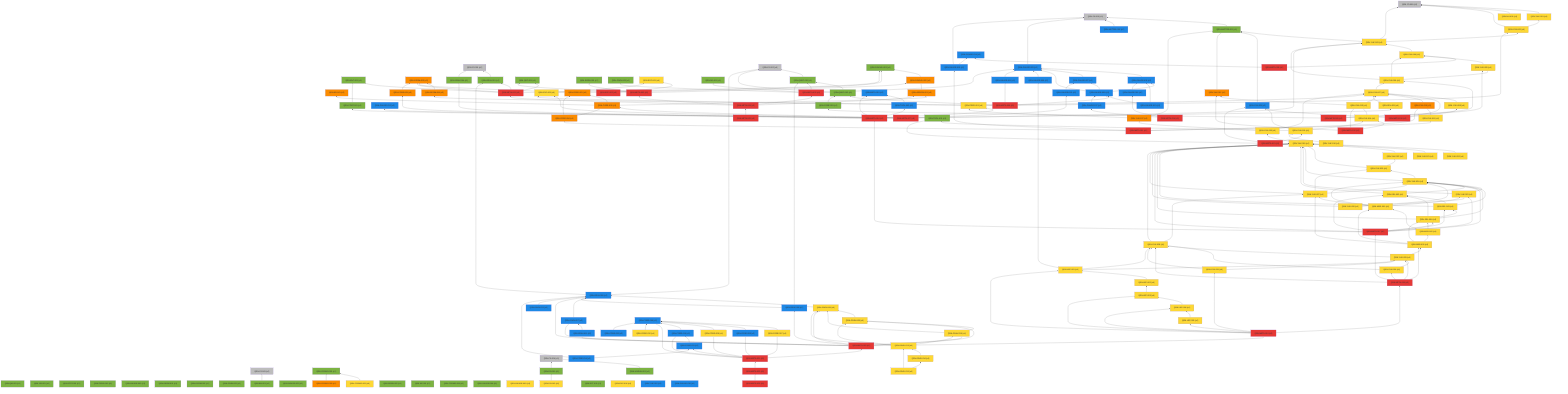
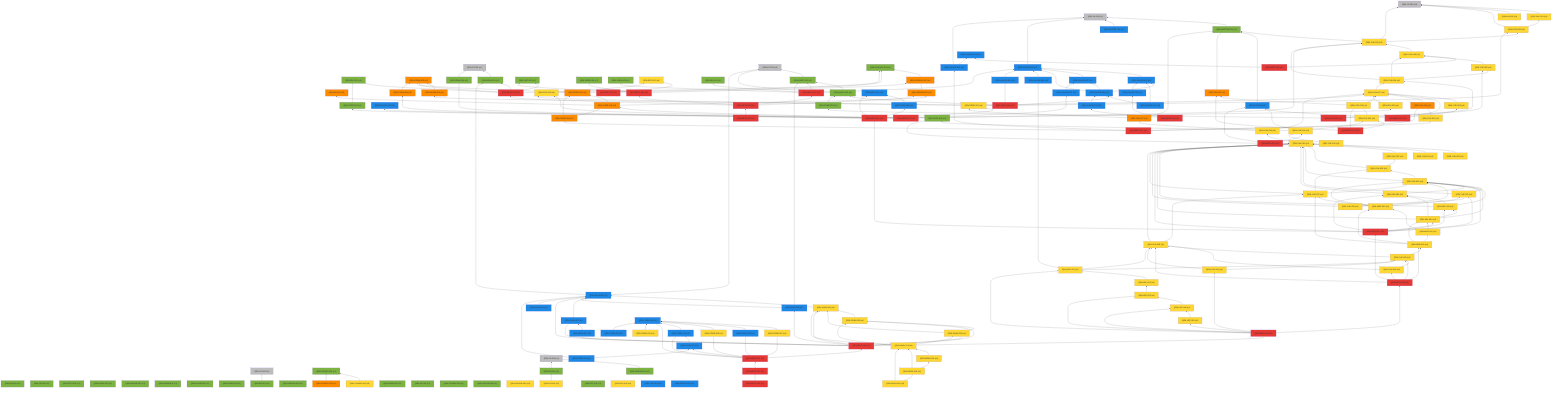
%% 自動生成 (dag/report.pl) — QRN 主張依存グラフ
graph BT
  QRN_C0_001["QRN-C0-001 (c0)"]:::c0
  QRN_C0_002["QRN-C0-002 (c0)"]:::c0
  QRN_C0_003["QRN-C0-003 (c0)"]:::c0
  QRN_C0_004["QRN-C0-004 (c0)"]:::c0
  QRN_C0_005["QRN-C0-005 (c0)"]:::c0
  QRN_C0_006["QRN-C0-006 (c0)"]:::c0
  QRN_QM_001["QRN-QM-001 (c1)"]:::c1
  QRN_GR_001["QRN-GR-001 (c1)"]:::c1
  QRN_STAT_001["QRN-STAT-001 (c1)"]:::c1
  QRN_FIELD_001["QRN-FIELD-001 (c1)"]:::c1
  QRN_GAUGE_001["QRN-GAUGE-001 (c1)"]:::c1
  QRN_ENT_001["QRN-ENT-001 (c1)"]:::c1
  QRN_GEOM_001["QRN-GEOM-001 (c1)"]:::c1
  QRN_GEOM_002["QRN-GEOM-002 (c1)"]:::c1
  QRN_GEOM_003["QRN-GEOM-003 (c3)"]:::c3
  QRN_GRAV_001["QRN-GRAV-001 (c1)"]:::c1
  QRN_GRAV_002["QRN-GRAV-002 (c1)"]:::c1
  QRN_BH_001["QRN-BH-001 (c1)"]:::c1
  QRN_CAUSAL_001["QRN-CAUSAL-001 (c1)"]:::c1
  QRN_CAUSAL_002["QRN-CAUSAL-002 (c3)"]:::c3
  QRN_ER_001["QRN-ER-001 (c3)"]:::c3
  QRN_QEC_001["QRN-QEC-001 (c1)"]:::c1
  QRN_GAUGE_002["QRN-GAUGE-002 (c1)"]:::c1
  QRN_COSMO_001["QRN-COSMO-001 (c1)"]:::c1
  QRN_COSMO_002["QRN-COSMO-002 (c4)"]:::c4
  QRN_COSMO_003["QRN-COSMO-003 (c3)"]:::c3
  QRN_BORN_001["QRN-BORN-001 (c1)"]:::c1
  QRN_BORN_002["QRN-BORN-002 (c1)"]:::c1
  QRN_GRAV_003["QRN-GRAV-003 (c1)"]:::c1
  QRN_KK_001["QRN-KK-001 (c1)"]:::c1
  QRN_MATTER_001["QRN-MATTER-001 (c1)"]:::c1
  QRN_MATTER_002["QRN-MATTER-002 (c2)"]:::c2
  QRN_COSMO_004["QRN-COSMO-004 (c1)"]:::c1
  QRN_EXP_001["QRN-EXP-001 (c4)"]:::c4
  QRN_GAUGE_003["QRN-GAUGE-003 (c2)"]:::c2
  QRN_GAUGE_004["QRN-GAUGE-004 (c1)"]:::c1
  QRN_GAUGE_005["QRN-GAUGE-005 (c4)"]:::c4
  QRN_YUK_001["QRN-YUK-001 (c4)"]:::c4
  QRN_RG_001["QRN-RG-001 (c1)"]:::c1
  QRN_UNRUH_001["QRN-UNRUH-001 (c1)"]:::c1
  QRN_QNEC_001["QRN-QNEC-001 (c1)"]:::c1
  QRN_NU_001["QRN-NU-001 (c4)"]:::c4
  QRN_GAUGE_006["QRN-GAUGE-006 (c2)"]:::c2
  QRN_DS_001["QRN-DS-001 (c1)"]:::c1
  QRN_DS_002["QRN-DS-002 (c4)"]:::c4
  QRN_ARROW_001["QRN-ARROW-001 (c3)"]:::c3
  QRN_GAUGE_007["QRN-GAUGE-007 (c2)"]:::c2
  QRN_EFT_001["QRN-EFT-001 (c1)"]:::c1
  QRN_GAUGE_008["QRN-GAUGE-008 (c2)"]:::c2
  QRN_GAUGE_009["QRN-GAUGE-009 (c2)"]:::c2
  QRN_GAUGE_010["QRN-GAUGE-010 (c2)"]:::c2
  QRN_QNEC_002["QRN-QNEC-002 (c1)"]:::c1
  QRN_GEOM_004["QRN-GEOM-004 (c3)"]:::c3
  QRN_YUK_002["QRN-YUK-002 (c4)"]:::c4
  QRN_EXP_002["QRN-EXP-002 (c5)"]:::c5
  QRN_CORE_001["QRN-CORE-001 (c3)"]:::c3
  QRN_GAUGE_011["QRN-GAUGE-011 (c2)"]:::c2
  QRN_GAUGE_012["QRN-GAUGE-012 (c2)"]:::c2
  QRN_YUK_003["QRN-YUK-003 (c4)"]:::c4
  QRN_EXP_003["QRN-EXP-003 (c4)"]:::c4
  QRN_CORE_002["QRN-CORE-002 (c3)"]:::c3
  QRN_GAUGE_013["QRN-GAUGE-013 (c2)"]:::c2
  QRN_YUK_004["QRN-YUK-004 (c4)"]:::c4
  QRN_GAUGE_014["QRN-GAUGE-014 (c2)"]:::c2
  QRN_META_001["QRN-META-001 (c5)"]:::c5
  QRN_META_002["QRN-META-002 (c5)"]:::c5
  QRN_META_003["QRN-META-003 (c5)"]:::c5
  QRN_META_004["QRN-META-004 (c5)"]:::c5
  QRN_META_005["QRN-META-005 (c5)"]:::c5
  QRN_META_006["QRN-META-006 (c5)"]:::c5
  QRN_META_007["QRN-META-007 (c5)"]:::c5
  QRN_META_008["QRN-META-008 (c5)"]:::c5
  QRN_YUK_005["QRN-YUK-005 (c4)"]:::c4
  QRN_YUK_006["QRN-YUK-006 (c4)"]:::c4
  QRN_CORE_003["QRN-CORE-003 (c1)"]:::c1
  QRN_META_009["QRN-META-009 (c5)"]:::c5
  QRN_YUK_007["QRN-YUK-007 (c4)"]:::c4
  QRN_YUK_008["QRN-YUK-008 (c4)"]:::c4
  QRN_YUK_009["QRN-YUK-009 (c2)"]:::c2
  QRN_META_010["QRN-META-010 (c5)"]:::c5
  QRN_GAUGE_015["QRN-GAUGE-015 (c2)"]:::c2
  QRN_YUK_010["QRN-YUK-010 (c3)"]:::c3
  QRN_YUK_011["QRN-YUK-011 (c4)"]:::c4
  QRN_CORE_004["QRN-CORE-004 (c3)"]:::c3
  QRN_META_011["QRN-META-011 (c5)"]:::c5
  QRN_YUK_012["QRN-YUK-012 (c3)"]:::c3
  QRN_YUK_013["QRN-YUK-013 (c4)"]:::c4
  QRN_YUK_014["QRN-YUK-014 (c4)"]:::c4
  QRN_META_012["QRN-META-012 (c5)"]:::c5
  QRN_TOOL_001["QRN-TOOL-001 (c1)"]:::c1
  QRN_YUK_015["QRN-YUK-015 (c4)"]:::c4
  QRN_META_013["QRN-META-013 (c5)"]:::c5
  QRN_GAUGE_016["QRN-GAUGE-016 (c2)"]:::c2
  QRN_GAUGE_017["QRN-GAUGE-017 (c2)"]:::c2
  QRN_META_014["QRN-META-014 (c5)"]:::c5
  QRN_META_015["QRN-META-015 (c2)"]:::c2
  QRN_TOOL_002["QRN-TOOL-002 (c2)"]:::c2
  QRN_CORE_005["QRN-CORE-005 (c3)"]:::c3
  QRN_CONT_001["QRN-CONT-001 (c1)"]:::c1
  QRN_SEL_001["QRN-SEL-001 (c4)"]:::c4
  QRN_GRAV_004["QRN-GRAV-004 (c1)"]:::c1
  QRN_PRED_001["QRN-PRED-001 (c4)"]:::c4
  QRN_META_016["QRN-META-016 (c5)"]:::c5
  QRN_YUK_016["QRN-YUK-016 (c4)"]:::c4
  QRN_YUK_017["QRN-YUK-017 (c3)"]:::c3
  QRN_YUK_018["QRN-YUK-018 (c4)"]:::c4
  QRN_YUK_019["QRN-YUK-019 (c4)"]:::c4
  QRN_YUK_020["QRN-YUK-020 (c4)"]:::c4
  QRN_YUK_021["QRN-YUK-021 (c4)"]:::c4
  QRN_YUK_022["QRN-YUK-022 (c4)"]:::c4
  QRN_YUK_023["QRN-YUK-023 (c4)"]:::c4
  QRN_YUK_024["QRN-YUK-024 (c4)"]:::c4
  QRN_YUK_025["QRN-YUK-025 (c4)"]:::c4
  QRN_SEL_002["QRN-SEL-002 (c4)"]:::c4
  QRN_SEL_003["QRN-SEL-003 (c4)"]:::c4
  QRN_SEL_004["QRN-SEL-004 (c4)"]:::c4
  QRN_META_017["QRN-META-017 (c5)"]:::c5
  QRN_YUK_026["QRN-YUK-026 (c4)"]:::c4
  QRN_YUK_027["QRN-YUK-027 (c4)"]:::c4
  QRN_MSR_001["QRN-MSR-001 (c4)"]:::c4
  QRN_MSR_002["QRN-MSR-002 (c4)"]:::c4
  QRN_MSR_003["QRN-MSR-003 (c4)"]:::c4
  QRN_YUK_028["QRN-YUK-028 (c4)"]:::c4
  QRN_YUK_029["QRN-YUK-029 (c4)"]:::c4
  QRN_YUK_030["QRN-YUK-030 (c4)"]:::c4
  QRN_META_018["QRN-META-018 (c5)"]:::c5
  QRN_YUK_031["QRN-YUK-031 (c4)"]:::c4
  QRN_LEP_001["QRN-LEP-001 (c4)"]:::c4
  QRN_LEP_002["QRN-LEP-002 (c4)"]:::c4
  QRN_LEP_003["QRN-LEP-003 (c4)"]:::c4
  QRN_LEP_004["QRN-LEP-004 (c4)"]:::c4
  QRN_LEP_005["QRN-LEP-005 (c4)"]:::c4
  QRN_META_019["QRN-META-019 (c5)"]:::c5
  QRN_GRAV_005["QRN-GRAV-005 (c2)"]:::c2
  QRN_GRAV_006["QRN-GRAV-006 (c4)"]:::c4
  QRN_GRAV_007["QRN-GRAV-007 (c2)"]:::c2
  QRN_GRAV_008["QRN-GRAV-008 (c4)"]:::c4
  QRN_GRAV_009["QRN-GRAV-009 (c2)"]:::c2
  QRN_GRAV_010["QRN-GRAV-010 (c4)"]:::c4
  QRN_GRAV_011["QRN-GRAV-011 (c2)"]:::c2
  QRN_META_020["QRN-META-020 (c5)"]:::c5
  QRN_CORE_006["QRN-CORE-006 (c2)"]:::c2
  QRN_CORE_007["QRN-CORE-007 (c4)"]:::c4
  QRN_CORE_008["QRN-CORE-008 (c2)"]:::c2
  QRN_CORE_009["QRN-CORE-009 (c4)"]:::c4
  QRN_CORE_010["QRN-CORE-010 (c2)"]:::c2
  QRN_CORE_011["QRN-CORE-011 (c2)"]:::c2
  QRN_META_021["QRN-META-021 (c5)"]:::c5
  QRN_CORE_012["QRN-CORE-012 (c4)"]:::c4
  QRN_EXP_004["QRN-EXP-004 (c4)"]:::c4
  QRN_CORE_013["QRN-CORE-013 (c2)"]:::c2
  QRN_GRAV_012["QRN-GRAV-012 (c2)"]:::c2
  QRN_YUK_032["QRN-YUK-032 (c2)"]:::c2
  QRN_GAUGE_018["QRN-GAUGE-018 (c2)"]:::c2
  QRN_META_022["QRN-META-022 (c5)"]:::c5
  QRN_META_023["QRN-META-023 (c5)"]:::c5
  QRN_CORE_014["QRN-CORE-014 (c2)"]:::c2
  QRN_GRAV_013["QRN-GRAV-013 (c4)"]:::c4
  QRN_GRAV_014["QRN-GRAV-014 (c4)"]:::c4
  QRN_GRAV_015["QRN-GRAV-015 (c4)"]:::c4
+   QRN_GRAV_016["QRN-GRAV-016 (c4)"]:::c4
  QRN_GRAV_001 --> QRN_C0_001
  QRN_BH_001 --> QRN_C0_003
  QRN_CAUSAL_002 --> QRN_CAUSAL_001
  QRN_COSMO_002 --> QRN_COSMO_001
  QRN_COSMO_003 --> QRN_COSMO_001
  QRN_MATTER_001 --> QRN_C0_005
  QRN_MATTER_002 --> QRN_C0_005
  QRN_GAUGE_003 --> QRN_C0_005
  QRN_YUK_001 --> QRN_C0_006
  QRN_UNRUH_001 --> QRN_C0_004
  QRN_QNEC_001 --> QRN_C0_002
  QRN_NU_001 --> QRN_C0_006
  QRN_GAUGE_006 --> QRN_GAUGE_003
  QRN_DS_001 --> QRN_C0_004
  QRN_DS_002 --> QRN_DS_001
  QRN_ARROW_001 --> QRN_CAUSAL_002
  QRN_GAUGE_007 --> QRN_GAUGE_003
  QRN_GAUGE_008 --> QRN_GAUGE_003
  QRN_GAUGE_008 --> QRN_GAUGE_006
  QRN_GAUGE_008 --> QRN_GAUGE_007
  QRN_GAUGE_009 --> QRN_GAUGE_003
  QRN_GAUGE_010 --> QRN_GAUGE_006
  QRN_GAUGE_010 --> QRN_GAUGE_008
  QRN_QNEC_002 --> QRN_C0_002
  QRN_QNEC_002 --> QRN_QNEC_001
  QRN_GEOM_004 --> QRN_GEOM_003
  QRN_YUK_002 --> QRN_C0_006
  QRN_YUK_002 --> QRN_YUK_001
  QRN_EXP_002 --> QRN_EXP_001
  QRN_CORE_001 --> QRN_GEOM_003
  QRN_CORE_001 --> QRN_CAUSAL_001
  QRN_GAUGE_011 --> QRN_GAUGE_003
  QRN_YUK_003 --> QRN_C0_006
  QRN_YUK_003 --> QRN_MATTER_001
  QRN_YUK_003 --> QRN_YUK_002
  QRN_EXP_003 --> QRN_EXP_001
  QRN_CORE_002 --> QRN_CORE_001
  QRN_CORE_002 --> QRN_ER_001
  QRN_CORE_002 --> QRN_ARROW_001
  QRN_GAUGE_013 --> QRN_GAUGE_007
  QRN_YUK_004 --> QRN_YUK_003
  QRN_META_001 --> QRN_GEOM_003
  QRN_META_001 --> QRN_GRAV_001
  QRN_META_001 --> QRN_CAUSAL_001
  QRN_META_001 --> QRN_QEC_001
  QRN_META_001 --> QRN_ENT_001
  QRN_META_002 --> QRN_QEC_001
  QRN_META_002 --> QRN_BORN_001
  QRN_META_002 --> QRN_CAUSAL_002
  QRN_META_003 --> QRN_GAUGE_003
  QRN_META_003 --> QRN_RG_001
  QRN_META_003 --> QRN_QNEC_001
  QRN_META_003 --> QRN_GRAV_003
  QRN_META_004 --> QRN_META_001
  QRN_META_004 --> QRN_META_002
  QRN_META_004 --> QRN_META_003
  QRN_META_004 --> QRN_ARROW_001
  QRN_META_005 --> QRN_META_004
  QRN_META_006 --> QRN_GAUGE_008
  QRN_META_006 --> QRN_QNEC_002
  QRN_META_006 --> QRN_GEOM_004
  QRN_META_006 --> QRN_YUK_002
  QRN_META_006 --> QRN_GAUGE_011
  QRN_META_007 --> QRN_GAUGE_012
  QRN_META_007 --> QRN_YUK_003
  QRN_META_007 --> QRN_EXP_003
  QRN_META_007 --> QRN_CORE_002
  QRN_META_007 --> QRN_GAUGE_013
  QRN_META_008 --> QRN_YUK_004
  QRN_META_008 --> QRN_GAUGE_014
  QRN_YUK_005 --> QRN_YUK_004
  QRN_YUK_006 --> QRN_YUK_003
  QRN_YUK_006 --> QRN_YUK_004
  QRN_YUK_006 --> QRN_YUK_005
  QRN_CORE_003 --> QRN_QNEC_002
  QRN_META_009 --> QRN_YUK_005
  QRN_META_009 --> QRN_YUK_006
  QRN_META_009 --> QRN_CORE_003
  QRN_YUK_007 --> QRN_YUK_006
  QRN_YUK_008 --> QRN_YUK_007
  QRN_YUK_009 --> QRN_MATTER_001
  QRN_META_010 --> QRN_YUK_007
  QRN_META_010 --> QRN_YUK_008
  QRN_META_010 --> QRN_YUK_009
  QRN_GAUGE_015 --> QRN_C0_005
  QRN_GAUGE_015 --> QRN_GAUGE_014
  QRN_YUK_010 --> QRN_YUK_007
  QRN_YUK_011 --> QRN_YUK_010
  QRN_CORE_004 --> QRN_CORE_001
  QRN_CORE_004 --> QRN_CORE_002
  QRN_META_011 --> QRN_GAUGE_015
  QRN_META_011 --> QRN_YUK_010
  QRN_META_011 --> QRN_YUK_011
  QRN_META_011 --> QRN_CORE_004
  QRN_YUK_012 --> QRN_MATTER_001
  QRN_YUK_013 --> QRN_YUK_012
  QRN_YUK_013 --> QRN_YUK_007
  QRN_YUK_014 --> QRN_YUK_013
  QRN_META_012 --> QRN_YUK_012
  QRN_META_012 --> QRN_YUK_013
  QRN_META_012 --> QRN_YUK_014
  QRN_YUK_015 --> QRN_YUK_014
  QRN_YUK_015 --> QRN_TOOL_001
  QRN_YUK_015 --> QRN_YUK_009
  QRN_META_013 --> QRN_YUK_015
  QRN_META_013 --> QRN_TOOL_001
  QRN_META_013 --> QRN_YUK_009
  QRN_GAUGE_016 --> QRN_GAUGE_006
  QRN_GAUGE_017 --> QRN_GAUGE_008
  QRN_META_014 --> QRN_GAUGE_016
  QRN_META_014 --> QRN_GAUGE_017
  QRN_TOOL_002 --> QRN_META_015
  QRN_CORE_005 --> QRN_GEOM_003
  QRN_CONT_001 --> QRN_ENT_001
  QRN_SEL_001 --> QRN_YUK_007
  QRN_GRAV_004 --> QRN_C0_001
  QRN_PRED_001 --> QRN_YUK_007
  QRN_PRED_001 --> QRN_EXP_003
  QRN_META_016 --> QRN_META_015
  QRN_META_016 --> QRN_TOOL_002
  QRN_META_016 --> QRN_CORE_005
  QRN_META_016 --> QRN_CONT_001
  QRN_META_016 --> QRN_SEL_001
  QRN_META_016 --> QRN_GRAV_004
  QRN_META_016 --> QRN_PRED_001
  QRN_YUK_016 --> QRN_YUK_015
  QRN_YUK_017 --> QRN_MATTER_001
  QRN_YUK_017 --> QRN_PRED_001
  QRN_YUK_018 --> QRN_YUK_017
  QRN_YUK_018 --> QRN_YUK_007
  QRN_YUK_019 --> QRN_YUK_018
  QRN_YUK_020 --> QRN_YUK_019
  QRN_YUK_021 --> QRN_YUK_019
  QRN_YUK_022 --> QRN_YUK_019
  QRN_YUK_023 --> QRN_YUK_019
  QRN_YUK_023 --> QRN_YUK_022
  QRN_YUK_024 --> QRN_YUK_019
  QRN_YUK_024 --> QRN_YUK_023
  QRN_YUK_025 --> QRN_YUK_019
  QRN_YUK_025 --> QRN_YUK_024
  QRN_SEL_002 --> QRN_YUK_019
  QRN_SEL_002 --> QRN_YUK_024
  QRN_SEL_003 --> QRN_YUK_019
  QRN_SEL_003 --> QRN_YUK_024
  QRN_SEL_003 --> QRN_SEL_002
  QRN_SEL_004 --> QRN_YUK_019
  QRN_SEL_004 --> QRN_YUK_024
  QRN_SEL_004 --> QRN_SEL_002
  QRN_SEL_004 --> QRN_SEL_003
  QRN_META_017 --> QRN_META_016
  QRN_META_017 --> QRN_YUK_019
  QRN_META_017 --> QRN_YUK_024
  QRN_META_017 --> QRN_YUK_025
  QRN_META_017 --> QRN_SEL_002
  QRN_META_017 --> QRN_SEL_003
  QRN_META_017 --> QRN_SEL_004
  QRN_YUK_026 --> QRN_YUK_019
  QRN_YUK_026 --> QRN_YUK_024
  QRN_YUK_026 --> QRN_YUK_025
  QRN_YUK_027 --> QRN_YUK_019
  QRN_YUK_027 --> QRN_YUK_023
  QRN_YUK_027 --> QRN_YUK_024
  QRN_MSR_001 --> QRN_YUK_024
  QRN_MSR_001 --> QRN_YUK_025
  QRN_MSR_001 --> QRN_YUK_027
  QRN_MSR_002 --> QRN_SEL_004
  QRN_MSR_002 --> QRN_MSR_001
  QRN_MSR_003 --> QRN_MSR_001
  QRN_MSR_003 --> QRN_MSR_002
  QRN_MSR_003 --> QRN_SEL_004
  QRN_MSR_003 --> QRN_YUK_027
  QRN_YUK_028 --> QRN_YUK_019
  QRN_YUK_028 --> QRN_YUK_027
  QRN_YUK_029 --> QRN_YUK_028
  QRN_YUK_029 --> QRN_MSR_003
  QRN_YUK_030 --> QRN_YUK_028
  QRN_YUK_030 --> QRN_YUK_029
  QRN_META_018 --> QRN_META_017
  QRN_META_018 --> QRN_MSR_003
  QRN_META_018 --> QRN_YUK_028
  QRN_META_018 --> QRN_YUK_029
  QRN_META_018 --> QRN_YUK_030
  QRN_YUK_031 --> QRN_YUK_028
  QRN_YUK_031 --> QRN_YUK_029
  QRN_LEP_001 --> QRN_YUK_028
  QRN_LEP_001 --> QRN_YUK_029
  QRN_LEP_001 --> QRN_GAUGE_009
  QRN_LEP_002 --> QRN_LEP_001
  QRN_LEP_003 --> QRN_LEP_002
  QRN_LEP_004 --> QRN_LEP_003
  QRN_LEP_005 --> QRN_LEP_004
  QRN_META_019 --> QRN_META_018
  QRN_META_019 --> QRN_YUK_031
  QRN_META_019 --> QRN_LEP_001
  QRN_META_019 --> QRN_LEP_003
  QRN_META_019 --> QRN_LEP_004
  QRN_META_019 --> QRN_LEP_005
  QRN_GRAV_005 --> QRN_C0_002
  QRN_GRAV_005 --> QRN_GRAV_001
  QRN_GRAV_006 --> QRN_GRAV_005
  QRN_GRAV_007 --> QRN_GRAV_005
  QRN_GRAV_008 --> QRN_GRAV_006
  QRN_GRAV_009 --> QRN_GRAV_005
  QRN_GRAV_009 --> QRN_QNEC_001
  QRN_GRAV_010 --> QRN_GRAV_006
  QRN_GRAV_010 --> QRN_GRAV_008
  QRN_GRAV_011 --> QRN_GRAV_007
  QRN_META_020 --> QRN_META_019
  QRN_META_020 --> QRN_GRAV_005
  QRN_META_020 --> QRN_GRAV_006
  QRN_META_020 --> QRN_GRAV_007
  QRN_META_020 --> QRN_GRAV_008
  QRN_META_020 --> QRN_GRAV_009
  QRN_META_020 --> QRN_GRAV_010
  QRN_META_020 --> QRN_GRAV_011
  QRN_CORE_007 --> QRN_CORE_006
  QRN_CORE_008 --> QRN_CORE_006
  QRN_CORE_009 --> QRN_CORE_006
  QRN_CORE_010 --> QRN_CORE_006
  QRN_CORE_011 --> QRN_CORE_010
  QRN_META_021 --> QRN_META_020
  QRN_META_021 --> QRN_CORE_006
  QRN_META_021 --> QRN_CORE_007
  QRN_META_021 --> QRN_CORE_008
  QRN_META_021 --> QRN_CORE_009
  QRN_META_021 --> QRN_CORE_010
  QRN_META_021 --> QRN_CORE_011
  QRN_CORE_012 --> QRN_CORE_006
  QRN_CORE_013 --> QRN_CORE_006
  QRN_GRAV_012 --> QRN_GRAV_005
  QRN_META_022 --> QRN_META_021
  QRN_META_023 --> QRN_META_022
  QRN_CORE_014 --> QRN_CORE_011
  QRN_CORE_014 --> QRN_GRAV_005
  QRN_GRAV_013 --> QRN_GRAV_006
  QRN_GRAV_013 --> QRN_GRAV_008
  QRN_GRAV_013 --> QRN_GRAV_010
  QRN_GRAV_014 --> QRN_GRAV_013
  QRN_GRAV_015 --> QRN_GRAV_013
  QRN_GRAV_015 --> QRN_GRAV_014
+   QRN_GRAV_016 --> QRN_GRAV_013
+   QRN_GRAV_016 --> QRN_GRAV_015
  classDef c0 fill:#bdbdbd
  classDef c1 fill:#7cb342
  classDef c2 fill:#1e88e5
  classDef c3 fill:#fb8c00
  classDef c4 fill:#fdd835
  classDef c5 fill:#e53935
